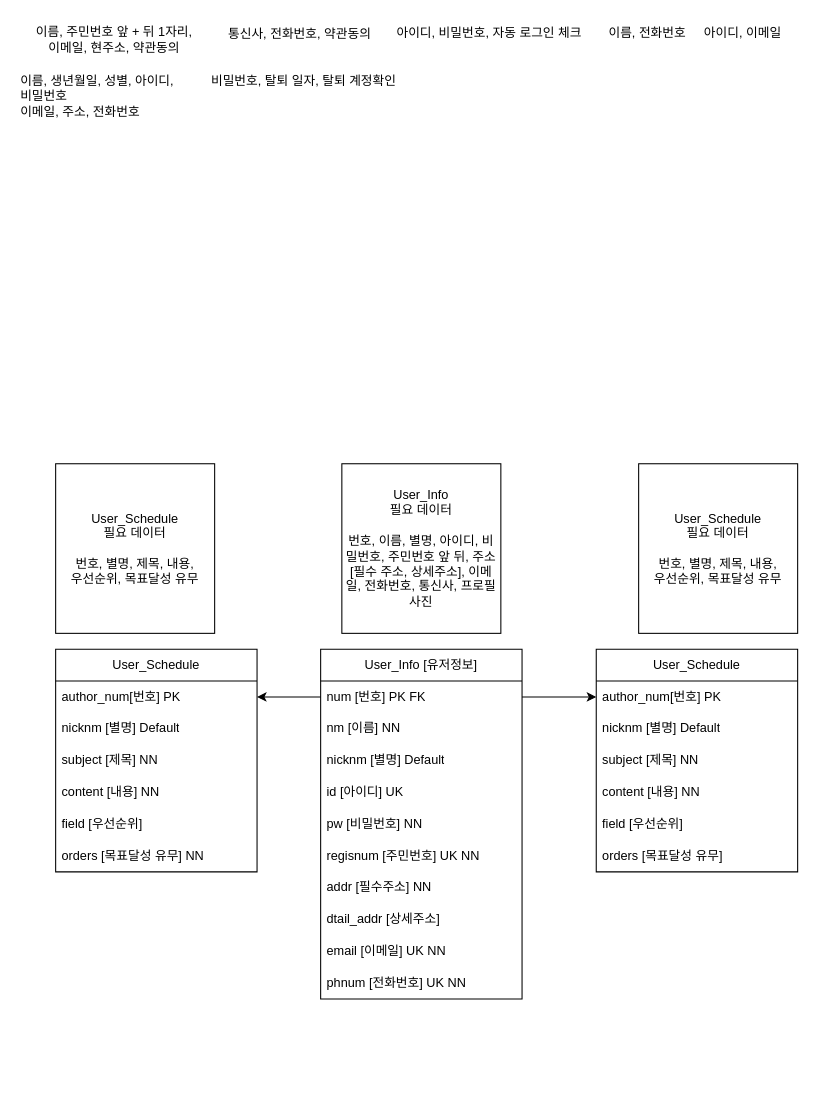
Before: portfolio/To-do List ERD.drawio in D-o-H-w-a/SelfStudy, a draw.io diagram. Source tidied: cells renumbered, new cells numbered last; positions are measured from the earlier drawing's top-left corner, leaving out a move shared by most shapes. Both pictures are drawn from the tidied source at 106%, with x=0, y=0 at pixel (18, 18).
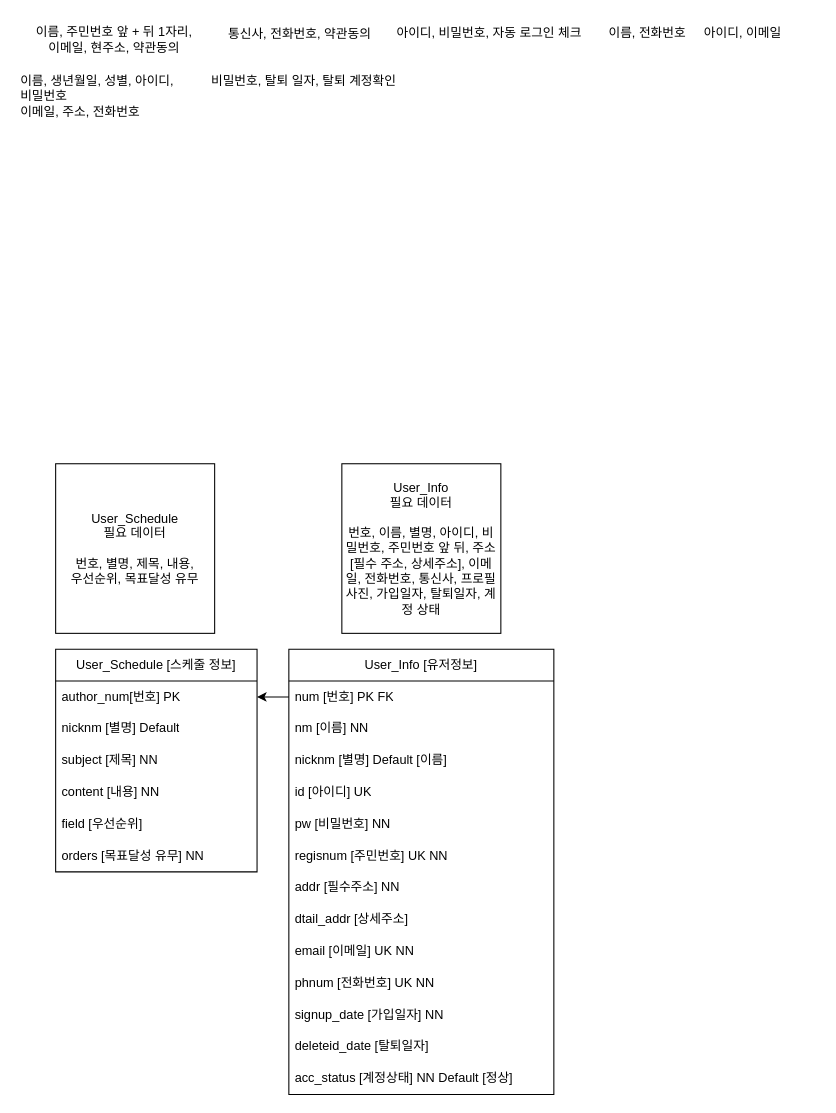
The same page after the edit.

Commit message:
ERD 데이터 기록 추가

[유저정보] 테이블 User_Info
가입일자 signup_date
탈퇴일자 deleteid_date
계정상태 acc_status

Diff of the diagram source:
```diff
@@
     <mxCell id="2" value="User_Info [유저정보]" style="swimlane;fontStyle=0;horizontal=1;startSize=30;whiteSpace=wrap;html=1;" parent="1" vertex="1">
-      <mxGeometry x="285" y="595" width="190" height="330" as="geometry" />
+      <mxGeometry x="255" y="595" width="250" height="420" as="geometry" />
     </mxCell>
     <mxCell id="3" value="num [번호] PK FK" style="text;strokeColor=none;fillColor=none;align=left;verticalAlign=middle;spacingLeft=4;spacingRight=4;overflow=hidden;points=[[0,0.5],[1,0.5]];portConstraint=eastwest;whiteSpace=wrap;html=1;" parent="2" vertex="1">
-      <mxGeometry y="30" width="190" height="30" as="geometry" />
+      <mxGeometry y="30" width="250" height="30" as="geometry" />
     </mxCell>
     <mxCell id="4" value="nm [이름] NN" style="text;strokeColor=none;fillColor=none;align=left;verticalAlign=middle;spacingLeft=4;spacingRight=4;overflow=hidden;whiteSpace=wrap;html=1;" parent="2" vertex="1">
-      <mxGeometry y="60" width="190" height="30" as="geometry" />
+      <mxGeometry y="60" width="250" height="30" as="geometry" />
     </mxCell>
-    <mxCell id="5" value="nicknm [별명] Default" style="text;strokeColor=none;fillColor=none;align=left;verticalAlign=middle;spacingLeft=4;spacingRight=4;overflow=hidden;whiteSpace=wrap;html=1;" parent="2" vertex="1">
-      <mxGeometry y="90" width="190" height="30" as="geometry" />
+    <mxCell id="5" value="nicknm [별명] Default [이름]" style="text;strokeColor=none;fillColor=none;align=left;verticalAlign=middle;spacingLeft=4;spacingRight=4;overflow=hidden;whiteSpace=wrap;html=1;" parent="2" vertex="1">
+      <mxGeometry y="90" width="250" height="30" as="geometry" />
     </mxCell>
     <mxCell id="6" value="id [아이디] UK" style="text;strokeColor=none;fillColor=none;align=left;verticalAlign=middle;spacingLeft=4;spacingRight=4;overflow=hidden;whiteSpace=wrap;html=1;" parent="2" vertex="1">
-      <mxGeometry y="120" width="190" height="30" as="geometry" />
+      <mxGeometry y="120" width="250" height="30" as="geometry" />
     </mxCell>
     <mxCell id="7" value="pw&lt;span style=&quot;background-color: initial;&quot;&gt;&amp;nbsp;[비밀번호] NN&lt;/span&gt;" style="text;strokeColor=none;fillColor=none;align=left;verticalAlign=middle;spacingLeft=4;spacingRight=4;overflow=hidden;whiteSpace=wrap;html=1;" parent="2" vertex="1">
-      <mxGeometry y="150" width="190" height="30" as="geometry" />
+      <mxGeometry y="150" width="250" height="30" as="geometry" />
     </mxCell>
     <mxCell id="8" value="regisnum [주민번호] UK NN" style="text;strokeColor=none;fillColor=none;align=left;verticalAlign=middle;spacingLeft=4;spacingRight=4;overflow=hidden;whiteSpace=wrap;html=1;" parent="2" vertex="1">
-      <mxGeometry y="180" width="190" height="30" as="geometry" />
+      <mxGeometry y="180" width="250" height="30" as="geometry" />
     </mxCell>
     <mxCell id="9" value="addr [필수주소] NN" style="text;strokeColor=none;fillColor=none;align=left;verticalAlign=middle;spacingLeft=4;spacingRight=4;overflow=hidden;whiteSpace=wrap;html=1;" parent="2" vertex="1">
-      <mxGeometry y="210" width="190" height="30" as="geometry" />
+      <mxGeometry y="210" width="250" height="30" as="geometry" />
     </mxCell>
     <mxCell id="10" value="dtail_addr [상세주소]" style="text;strokeColor=none;fillColor=none;align=left;verticalAlign=middle;spacingLeft=4;spacingRight=4;overflow=hidden;whiteSpace=wrap;html=1;" parent="2" vertex="1">
-      <mxGeometry y="240" width="190" height="30" as="geometry" />
+      <mxGeometry y="240" width="250" height="30" as="geometry" />
     </mxCell>
     <mxCell id="11" value="email [이메일] UK NN" style="text;strokeColor=none;fillColor=none;align=left;verticalAlign=middle;spacingLeft=4;spacingRight=4;overflow=hidden;whiteSpace=wrap;html=1;" parent="2" vertex="1">
-      <mxGeometry y="270" width="190" height="30" as="geometry" />
+      <mxGeometry y="270" width="250" height="30" as="geometry" />
     </mxCell>
     <mxCell id="12" value="phnum [전화번호] UK NN" style="text;strokeColor=none;fillColor=none;align=left;verticalAlign=middle;spacingLeft=4;spacingRight=4;overflow=hidden;whiteSpace=wrap;html=1;" parent="2" vertex="1">
-      <mxGeometry y="300" width="190" height="30" as="geometry" />
+      <mxGeometry y="300" width="250" height="30" as="geometry" />
     </mxCell>
+    <mxCell id="39" value="signup_date [가입일자] NN" style="text;strokeColor=none;fillColor=none;align=left;verticalAlign=middle;spacingLeft=4;spacingRight=4;overflow=hidden;whiteSpace=wrap;html=1;" parent="2" vertex="1">
+      <mxGeometry y="330" width="250" height="30" as="geometry" />
+    </mxCell>
+    <mxCell id="40" value="deleteid_date [탈퇴일자]" style="text;strokeColor=none;fillColor=none;align=left;verticalAlign=middle;spacingLeft=4;spacingRight=4;overflow=hidden;whiteSpace=wrap;html=1;" parent="2" vertex="1">
+      <mxGeometry y="360" width="250" height="30" as="geometry" />
+    </mxCell>
+    <mxCell id="41" value="acc_status [계정상태] NN Default [정상]" style="text;strokeColor=none;fillColor=none;align=left;verticalAlign=middle;spacingLeft=4;spacingRight=4;overflow=hidden;whiteSpace=wrap;html=1;" parent="2" vertex="1">
+      <mxGeometry y="390" width="250" height="30" as="geometry" />
+    </mxCell>
@@
-    <mxCell id="20" value="User_Info&lt;br&gt;필요 데이터&lt;br&gt;&lt;br&gt;번호, 이름, 별명, 아이디, 비밀번호, 주민번호 앞 뒤, 주소[필수 주소, 상세주소], 이메일, 전화번호, 통신사, 프로필 사진" style="rounded=0;whiteSpace=wrap;html=1;" parent="1" vertex="1">
+    <mxCell id="20" value="User_Info&lt;br&gt;필요 데이터&lt;br&gt;&lt;br&gt;번호, 이름, 별명, 아이디, 비밀번호, 주민번호 앞 뒤, 주소[필수 주소, 상세주소], 이메일, 전화번호, 통신사, 프로필 사진, 가입일자, 탈퇴일자, 계정 상태" style="rounded=0;whiteSpace=wrap;html=1;" parent="1" vertex="1">
       <mxGeometry x="305" y="420" width="150" height="160" as="geometry" />
     </mxCell>
-    <mxCell id="21" value="User_Schedule" style="swimlane;fontStyle=0;horizontal=1;startSize=30;whiteSpace=wrap;html=1;" parent="1" vertex="1">
+    <mxCell id="21" value="User_Schedule [스케줄 정보]" style="swimlane;fontStyle=0;horizontal=1;startSize=30;whiteSpace=wrap;html=1;" parent="1" vertex="1">
       <mxGeometry x="35" y="595" width="190" height="210" as="geometry" />
     </mxCell>
@@
-    <mxCell id="29" value="User_Schedule" style="swimlane;fontStyle=0;horizontal=1;startSize=30;whiteSpace=wrap;html=1;" parent="1" vertex="1">
-      <mxGeometry x="545" y="595" width="190" height="210" as="geometry" />
-    </mxCell>
-    <mxCell id="30" value="author_num[번호] PK" style="text;strokeColor=none;fillColor=none;align=left;verticalAlign=middle;spacingLeft=4;spacingRight=4;overflow=hidden;points=[[0,0.5],[1,0.5]];portConstraint=eastwest;whiteSpace=wrap;html=1;" parent="29" vertex="1">
-      <mxGeometry y="30" width="190" height="30" as="geometry" />
-    </mxCell>
-    <mxCell id="31" value="nicknm [별명] Default" style="text;strokeColor=none;fillColor=none;align=left;verticalAlign=middle;spacingLeft=4;spacingRight=4;overflow=hidden;whiteSpace=wrap;html=1;" parent="29" vertex="1">
-      <mxGeometry y="60" width="190" height="30" as="geometry" />
-    </mxCell>
-    <mxCell id="32" value="subject [제목] NN" style="text;strokeColor=none;fillColor=none;align=left;verticalAlign=middle;spacingLeft=4;spacingRight=4;overflow=hidden;whiteSpace=wrap;html=1;" parent="29" vertex="1">
-      <mxGeometry y="90" width="190" height="30" as="geometry" />
-    </mxCell>
-    <mxCell id="33" value="content [내용] NN" style="text;strokeColor=none;fillColor=none;align=left;verticalAlign=middle;spacingLeft=4;spacingRight=4;overflow=hidden;whiteSpace=wrap;html=1;" parent="29" vertex="1">
-      <mxGeometry y="120" width="190" height="30" as="geometry" />
-    </mxCell>
-    <mxCell id="34" value="field [우선순위]" style="text;strokeColor=none;fillColor=none;align=left;verticalAlign=middle;spacingLeft=4;spacingRight=4;overflow=hidden;whiteSpace=wrap;html=1;" parent="29" vertex="1">
-      <mxGeometry y="150" width="190" height="30" as="geometry" />
-    </mxCell>
-    <mxCell id="35" value="orders [목표달성 유무]" style="text;strokeColor=none;fillColor=none;align=left;verticalAlign=middle;spacingLeft=4;spacingRight=4;overflow=hidden;whiteSpace=wrap;html=1;" parent="29" vertex="1">
-      <mxGeometry y="180" width="190" height="30" as="geometry" />
-    </mxCell>
-    <mxCell id="36" style="edgeStyle=orthogonalEdgeStyle;rounded=0;jettySize=auto;html=1;exitX=1;exitY=0.5;exitDx=0;exitDy=0;" parent="1" edge="1" source="3" target="30">
-      <mxGeometry relative="1" as="geometry" />
-    </mxCell>
@@
-    <mxCell id="38" value="User_Schedule&lt;br&gt;필요 데이터&lt;br&gt;&lt;br&gt;번호, 별명, 제목, 내용,&lt;div&gt;우선순위, 목표달성 유무&lt;/div&gt;" style="rounded=0;whiteSpace=wrap;html=1;" parent="1" vertex="1">
-      <mxGeometry x="585" y="420" width="150" height="160" as="geometry" />
-    </mxCell>
```
